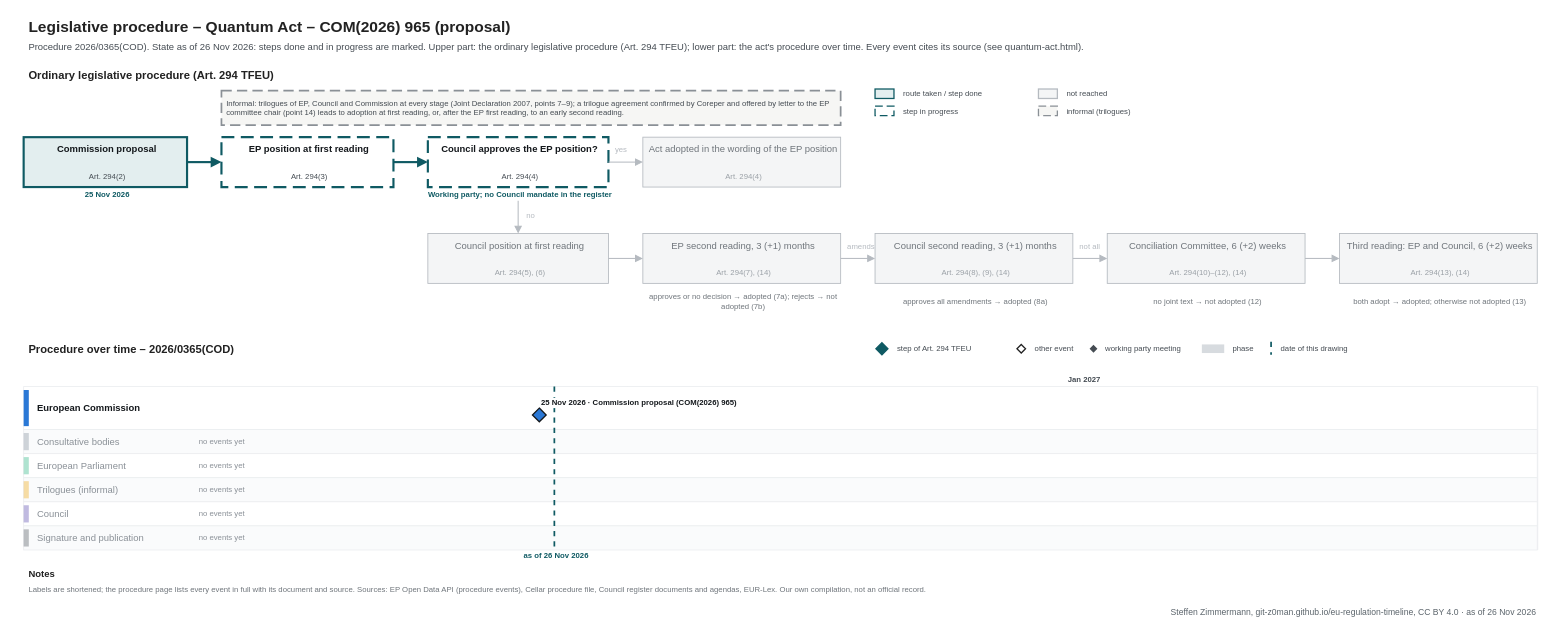
Above: procedures/quantum-act.drawio in git-z0man/eu-regulation-timeline (draw.io), before the change. Source tidied: cells renumbered, new cells numbered last; positions are measured from the earlier drawing's top-left corner, leaving out a move shared by most shapes. Both pictures are drawn from the tidied source at 86%, with x=0, y=0 at pixel (15, 15).
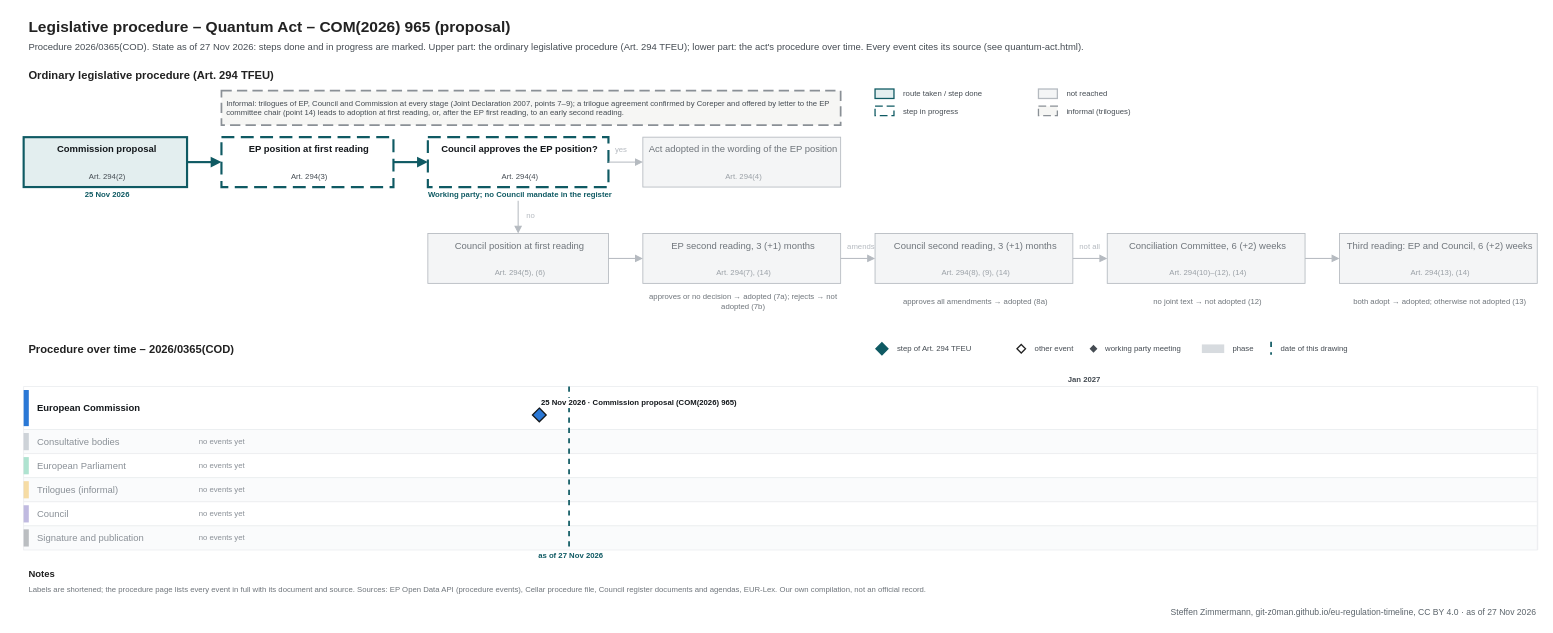
The same page after the edit.

The edit, as a diff of the source:
```diff
@@
-    <mxCell id="3" value="Procedure 2026/0365(COD). State as of 26 Nov 2026: steps done and in progress are marked. Upper part: the ordinary legislative procedure (Art. 294 TFEU); lower part: the act's procedure over time. Every event cites its source (see quantum-act.html)." style="text;html=1;fontSize=11;fontColor=#454c53;align=left;verticalAlign=middle;spacingLeft=4;" parent="1" vertex="1">
+    <mxCell id="3" value="Procedure 2026/0365(COD). State as of 27 Nov 2026: steps done and in progress are marked. Upper part: the ordinary legislative procedure (Art. 294 TFEU); lower part: the act's procedure over time. Every event cites its source (see quantum-act.html)." style="text;html=1;fontSize=11;fontColor=#454c53;align=left;verticalAlign=middle;spacingLeft=4;" parent="1" vertex="1">
       <mxGeometry x="10" y="28" width="1700" height="18" as="geometry" />
     </mxCell>
@@
     <mxCell id="99" style="line;html=1;strokeWidth=2;strokeColor=#0f5a63;direction=south;dashed=1;" parent="1" vertex="1">
-      <mxGeometry x="626.6" y="432" width="1" height="190" as="geometry" />
+      <mxGeometry x="643.7" y="432" width="1" height="190" as="geometry" />
     </mxCell>
-    <mxCell id="100" value="as of 26 Nov 2026" style="text;html=1;fontSize=9;fontColor=#0f5a63;align=center;verticalAlign=middle;spacingLeft=4;fontStyle=1;" parent="1" vertex="1">
-      <mxGeometry x="566.6" y="623" width="120" height="12" as="geometry" />
+    <mxCell id="100" value="as of 27 Nov 2026" style="text;html=1;fontSize=9;fontColor=#0f5a63;align=center;verticalAlign=middle;spacingLeft=4;fontStyle=1;" parent="1" vertex="1">
+      <mxGeometry x="583.7" y="623" width="120" height="12" as="geometry" />
     </mxCell>
@@
-    <mxCell id="105" value="Steffen Zimmermann, git-z0man.github.io/eu-regulation-timeline, CC BY 4.0 · as of 26 Nov 2026" style="text;html=1;fontSize=10;fontColor=#5b646b;align=right;verticalAlign=middle;spacingLeft=4;" parent="1" vertex="1">
+    <mxCell id="105" value="Steffen Zimmermann, git-z0man.github.io/eu-regulation-timeline, CC BY 4.0 · as of 27 Nov 2026" style="text;html=1;fontSize=10;fontColor=#5b646b;align=right;verticalAlign=middle;spacingLeft=4;" parent="1" vertex="1">
       <mxGeometry x="10" y="686" width="1760" height="16" as="geometry" />
     </mxCell>
```
